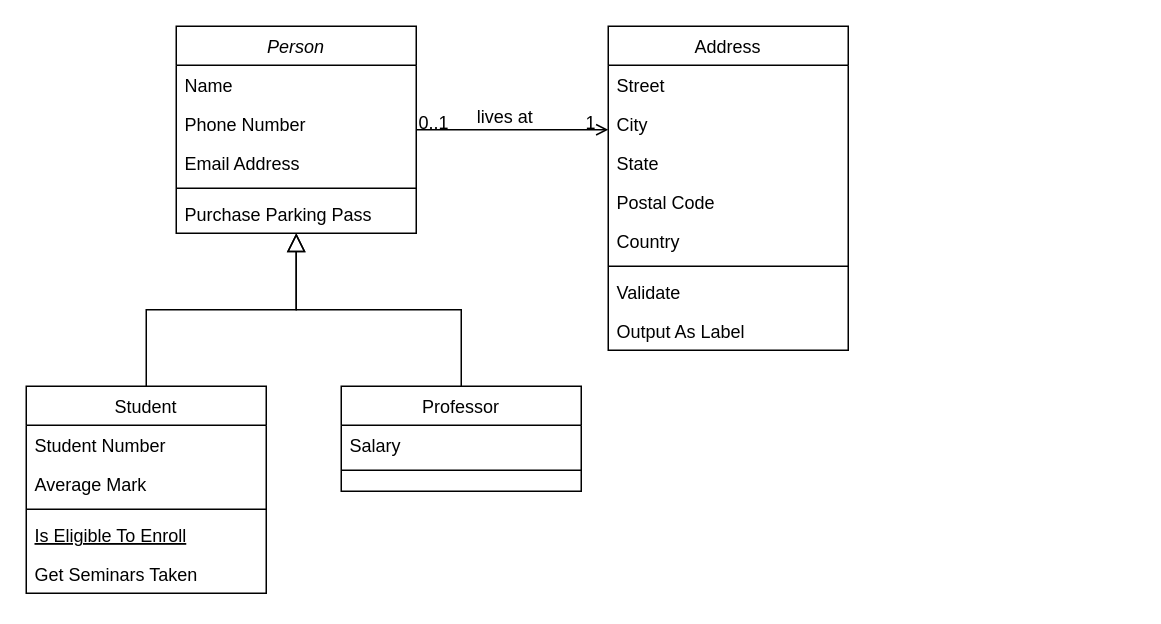
This is AnimInstance.drawio from Prior-learning/TopViewProject, a draw.io file, before an edit. Source tidied: cells renumbered, new cells numbered last; positions are measured from the earlier drawing's top-left corner, leaving out a move shared by most shapes. Both pictures are drawn from the tidied source at 150%, with x=0, y=0 at pixel (26, 26).
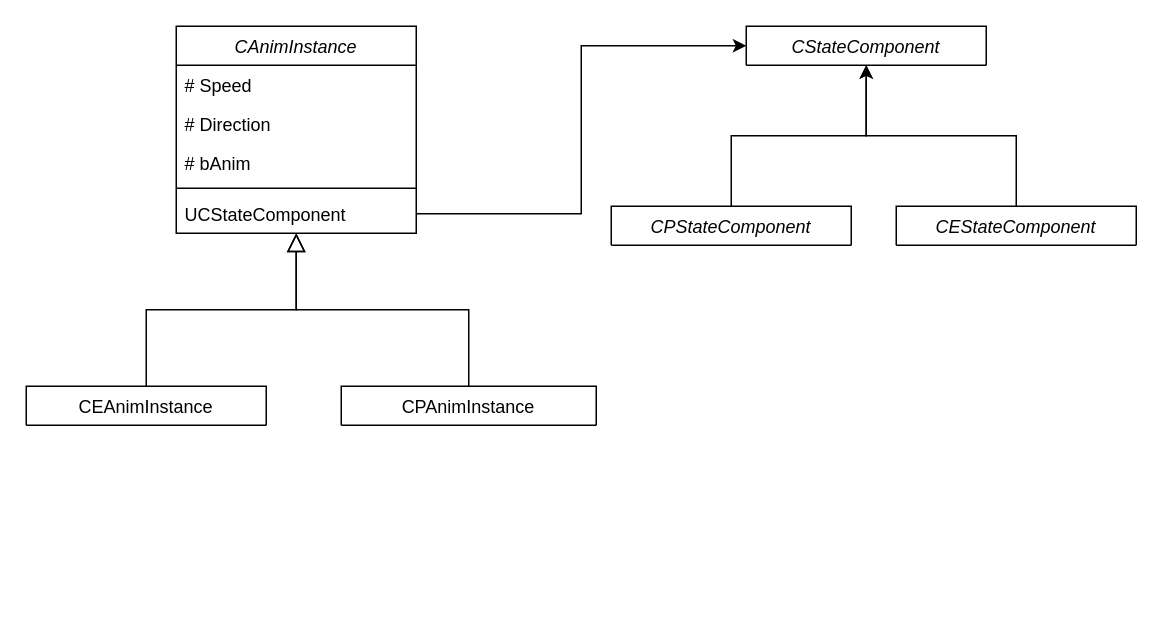
The same diagram, later.

Change to the diagram source:
```diff
@@
-    <mxCell id="2" value="Person" style="swimlane;fontStyle=2;align=center;verticalAlign=top;horizontal=1;startSize=26;rounded=0;shadow=0;strokeWidth=1;" parent="1" vertex="1">
+    <mxCell id="2" value="CAnimInstance" style="swimlane;fontStyle=2;align=center;verticalAlign=top;horizontal=1;startSize=26;rounded=0;shadow=0;strokeWidth=1;" parent="1" vertex="1">
       <mxGeometry x="100" width="160" height="138" as="geometry" />
     </mxCell>
-    <mxCell id="3" value="Name" style="text;align=left;verticalAlign=top;spacingLeft=4;spacingRight=4;overflow=hidden;" parent="2" vertex="1">
+    <mxCell id="3" value="# Speed" style="text;align=left;verticalAlign=top;spacingLeft=4;spacingRight=4;overflow=hidden;" parent="2" vertex="1">
       <mxGeometry y="26" width="160" height="26" as="geometry" />
     </mxCell>
-    <mxCell id="4" value="Phone Number" style="text;align=left;verticalAlign=top;spacingLeft=4;spacingRight=4;overflow=hidden;rounded=0;shadow=0;html=0;" parent="2" vertex="1">
+    <mxCell id="4" value="# Direction" style="text;align=left;verticalAlign=top;spacingLeft=4;spacingRight=4;overflow=hidden;rounded=0;shadow=0;html=0;" parent="2" vertex="1">
       <mxGeometry y="52" width="160" height="26" as="geometry" />
     </mxCell>
-    <mxCell id="5" value="Email Address" style="text;align=left;verticalAlign=top;spacingLeft=4;spacingRight=4;overflow=hidden;rounded=0;shadow=0;html=0;" parent="2" vertex="1">
+    <mxCell id="5" value="# bAnim&#10;" style="text;align=left;verticalAlign=top;spacingLeft=4;spacingRight=4;overflow=hidden;rounded=0;shadow=0;html=0;" parent="2" vertex="1">
       <mxGeometry y="78" width="160" height="26" as="geometry" />
     </mxCell>
@@
-    <mxCell id="7" value="Purchase Parking Pass" style="text;align=left;verticalAlign=top;spacingLeft=4;spacingRight=4;overflow=hidden;points=[[0,0.5],[1,0.5]];portConstraint=eastwest;" parent="2" vertex="1">
+    <mxCell id="7" value="UCStateComponent" style="text;align=left;verticalAlign=top;spacingLeft=4;spacingRight=4;overflow=hidden;points=[[0,0.5],[1,0.5]];portConstraint=eastwest;" parent="2" vertex="1">
       <mxGeometry y="112" width="160" height="26" as="geometry" />
     </mxCell>
-    <mxCell id="8" value="Student" style="swimlane;fontStyle=0;align=center;verticalAlign=top;horizontal=1;startSize=26;rounded=0;shadow=0;strokeWidth=1;" parent="1" vertex="1">
-      <mxGeometry y="240" width="160" height="138" as="geometry" />
+    <mxCell id="8" value="CEAnimInstance" style="swimlane;fontStyle=0;align=center;verticalAlign=top;horizontal=1;startSize=26;rounded=0;shadow=0;strokeWidth=1;" parent="1" vertex="1" collapsed="1">
+      <mxGeometry y="240" width="160" height="26" as="geometry" />
     </mxCell>
-    <mxCell id="9" value="Student Number" style="text;align=left;verticalAlign=top;spacingLeft=4;spacingRight=4;overflow=hidden;" parent="8" vertex="1">
-      <mxGeometry y="26" width="160" height="26" as="geometry" />
-    </mxCell>
-    <mxCell id="10" value="Average Mark" style="text;align=left;verticalAlign=top;spacingLeft=4;spacingRight=4;overflow=hidden;rounded=0;shadow=0;html=0;" parent="8" vertex="1">
-      <mxGeometry y="52" width="160" height="26" as="geometry" />
-    </mxCell>
-    <mxCell id="11" style="line;html=1;strokeWidth=1;align=left;verticalAlign=middle;spacingTop=-1;spacingLeft=3;spacingRight=3;labelPosition=right;" parent="8" vertex="1">
-      <mxGeometry y="78" width="160" height="8" as="geometry" />
-    </mxCell>
-    <mxCell id="12" value="Is Eligible To Enroll" style="text;align=left;verticalAlign=top;spacingLeft=4;spacingRight=4;overflow=hidden;fontStyle=4;" parent="8" vertex="1">
-      <mxGeometry y="86" width="160" height="26" as="geometry" />
-    </mxCell>
-    <mxCell id="13" value="Get Seminars Taken" style="text;align=left;verticalAlign=top;spacingLeft=4;spacingRight=4;overflow=hidden;" parent="8" vertex="1">
-      <mxGeometry y="112" width="160" height="26" as="geometry" />
-    </mxCell>
@@
-    <mxCell id="15" value="Professor" style="swimlane;fontStyle=0;align=center;verticalAlign=top;horizontal=1;startSize=26;rounded=0;shadow=0;strokeWidth=1;" parent="1" vertex="1">
-      <mxGeometry x="210" y="240" width="160" height="70" as="geometry" />
+    <mxCell id="15" value="CPAnimInstance" style="swimlane;fontStyle=0;align=center;verticalAlign=top;horizontal=1;startSize=26;rounded=0;shadow=0;strokeWidth=1;" parent="1" vertex="1" collapsed="1">
+      <mxGeometry x="210" y="240" width="170" height="26" as="geometry" />
     </mxCell>
-    <mxCell id="16" value="Salary" style="text;align=left;verticalAlign=top;spacingLeft=4;spacingRight=4;overflow=hidden;" parent="15" vertex="1">
-      <mxGeometry y="26" width="160" height="26" as="geometry" />
-    </mxCell>
-    <mxCell id="17" style="line;html=1;strokeWidth=1;align=left;verticalAlign=middle;spacingTop=-1;spacingLeft=3;spacingRight=3;labelPosition=right;" parent="15" vertex="1">
-      <mxGeometry y="52" width="160" height="8" as="geometry" />
-    </mxCell>
@@
-    <mxCell id="19" value="Address" style="swimlane;fontStyle=0;align=center;verticalAlign=top;horizontal=1;startSize=26;rounded=0;shadow=0;strokeWidth=1;" parent="1" vertex="1">
-      <mxGeometry x="388" width="160" height="216" as="geometry" />
-    </mxCell>
-    <mxCell id="20" value="Street" style="text;align=left;verticalAlign=top;spacingLeft=4;spacingRight=4;overflow=hidden;" parent="19" vertex="1">
-      <mxGeometry y="26" width="160" height="26" as="geometry" />
-    </mxCell>
-    <mxCell id="21" value="City" style="text;align=left;verticalAlign=top;spacingLeft=4;spacingRight=4;overflow=hidden;rounded=0;shadow=0;html=0;" parent="19" vertex="1">
-      <mxGeometry y="52" width="160" height="26" as="geometry" />
-    </mxCell>
-    <mxCell id="22" value="State" style="text;align=left;verticalAlign=top;spacingLeft=4;spacingRight=4;overflow=hidden;rounded=0;shadow=0;html=0;" parent="19" vertex="1">
-      <mxGeometry y="78" width="160" height="26" as="geometry" />
-    </mxCell>
-    <mxCell id="23" value="Postal Code" style="text;align=left;verticalAlign=top;spacingLeft=4;spacingRight=4;overflow=hidden;rounded=0;shadow=0;html=0;" parent="19" vertex="1">
-      <mxGeometry y="104" width="160" height="26" as="geometry" />
-    </mxCell>
-    <mxCell id="24" value="Country" style="text;align=left;verticalAlign=top;spacingLeft=4;spacingRight=4;overflow=hidden;rounded=0;shadow=0;html=0;" parent="19" vertex="1">
-      <mxGeometry y="130" width="160" height="26" as="geometry" />
-    </mxCell>
-    <mxCell id="25" style="line;html=1;strokeWidth=1;align=left;verticalAlign=middle;spacingTop=-1;spacingLeft=3;spacingRight=3;labelPosition=right;" parent="19" vertex="1">
-      <mxGeometry y="156" width="160" height="8" as="geometry" />
-    </mxCell>
-    <mxCell id="26" value="Validate" style="text;align=left;verticalAlign=top;spacingLeft=4;spacingRight=4;overflow=hidden;" parent="19" vertex="1">
-      <mxGeometry y="164" width="160" height="26" as="geometry" />
-    </mxCell>
-    <mxCell id="27" value="Output As Label" style="text;align=left;verticalAlign=top;spacingLeft=4;spacingRight=4;overflow=hidden;" parent="19" vertex="1">
-      <mxGeometry y="190" width="160" height="26" as="geometry" />
-    </mxCell>
-    <mxCell id="28" style="endArrow=open;shadow=0;strokeWidth=1;rounded=0;endFill=1;edgeStyle=elbowEdgeStyle;elbow=vertical;" parent="1" edge="1" source="2" target="19">
-      <mxGeometry x="0.5" y="41" relative="1" as="geometry">
-        <mxPoint x="-40" y="32" as="offset" />
-      </mxGeometry>
-    </mxCell>
-    <mxCell id="29" value="0..1" style="align=left;verticalAlign=bottom;labelBackgroundColor=none;fontSize=12;" parent="28" vertex="1">
-      <mxGeometry x="-1" relative="1" as="geometry">
-        <mxPoint y="4" as="offset" />
-      </mxGeometry>
-    </mxCell>
-    <mxCell id="30" value="1" style="align=right;verticalAlign=bottom;labelBackgroundColor=none;fontSize=12;" parent="28" vertex="1">
-      <mxGeometry x="1" relative="1" as="geometry">
-        <mxPoint x="-7" y="4" as="offset" />
-      </mxGeometry>
-    </mxCell>
-    <mxCell id="31" value="lives at" style="text;html=1;align=center;verticalAlign=middle;labelBackgroundColor=none;rounded=0;shadow=0;strokeWidth=1;fontSize=12;" parent="28" vertex="1">
-      <mxGeometry x="0.5" y="49" relative="1" as="geometry">
-        <mxPoint x="-38" y="40" as="offset" />
-      </mxGeometry>
-    </mxCell>
+    <mxCell id="32" value="CStateComponent" style="swimlane;fontStyle=2;align=center;verticalAlign=top;horizontal=1;startSize=26;rounded=0;shadow=0;strokeWidth=1;" parent="1" vertex="1" collapsed="1">
+      <mxGeometry x="480" width="160" height="26" as="geometry" />
+    </mxCell>
+    <mxCell id="33" style="edgeStyle=orthogonalEdgeStyle;rounded=0;jettySize=auto;html=1;entryX=0;entryY=0.5;entryDx=0;entryDy=0;" parent="1" edge="1" source="7" target="32">
+      <mxGeometry relative="1" as="geometry" />
+    </mxCell>
+    <mxCell id="34" style="edgeStyle=orthogonalEdgeStyle;rounded=0;jettySize=auto;html=1;" parent="1" edge="1" source="35" target="32">
+      <mxGeometry relative="1" as="geometry" />
+    </mxCell>
+    <mxCell id="35" value="CEStateComponent" style="swimlane;fontStyle=2;align=center;verticalAlign=top;horizontal=1;startSize=26;rounded=0;shadow=0;strokeWidth=1;" parent="1" vertex="1" collapsed="1">
+      <mxGeometry x="580" y="120" width="160" height="26" as="geometry" />
+    </mxCell>
+    <mxCell id="36" style="edgeStyle=orthogonalEdgeStyle;rounded=0;jettySize=auto;html=1;" parent="1" edge="1" source="37" target="32">
+      <mxGeometry relative="1" as="geometry" />
+    </mxCell>
+    <mxCell id="37" value="CPStateComponent" style="swimlane;fontStyle=2;align=center;verticalAlign=top;horizontal=1;startSize=26;rounded=0;shadow=0;strokeWidth=1;" parent="1" vertex="1" collapsed="1">
+      <mxGeometry x="390" y="120" width="160" height="26" as="geometry" />
+    </mxCell>
```
